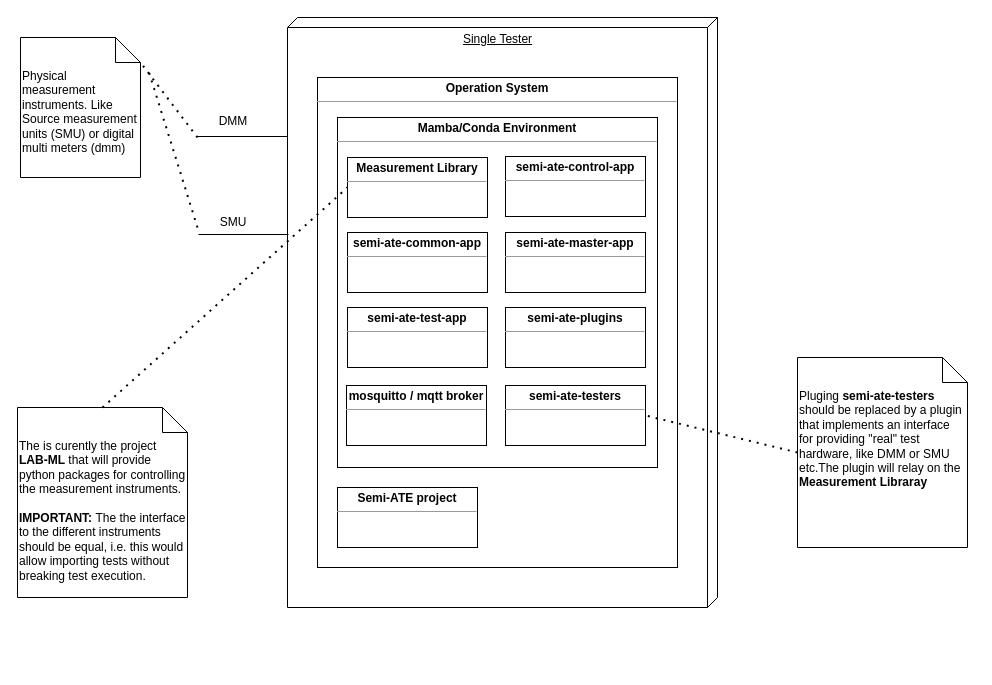
This is docs/pictures/packages/single_tester.dio from Semi-ATE/Semi-ATE, a draw.io file, before an edit. Source tidied: cells renumbered, new cells numbered last; positions are measured from the earlier drawing's top-left corner, leaving out a move shared by most shapes. Both pictures are drawn from the tidied source at 100%, with x=0, y=0 at pixel (17, 17).
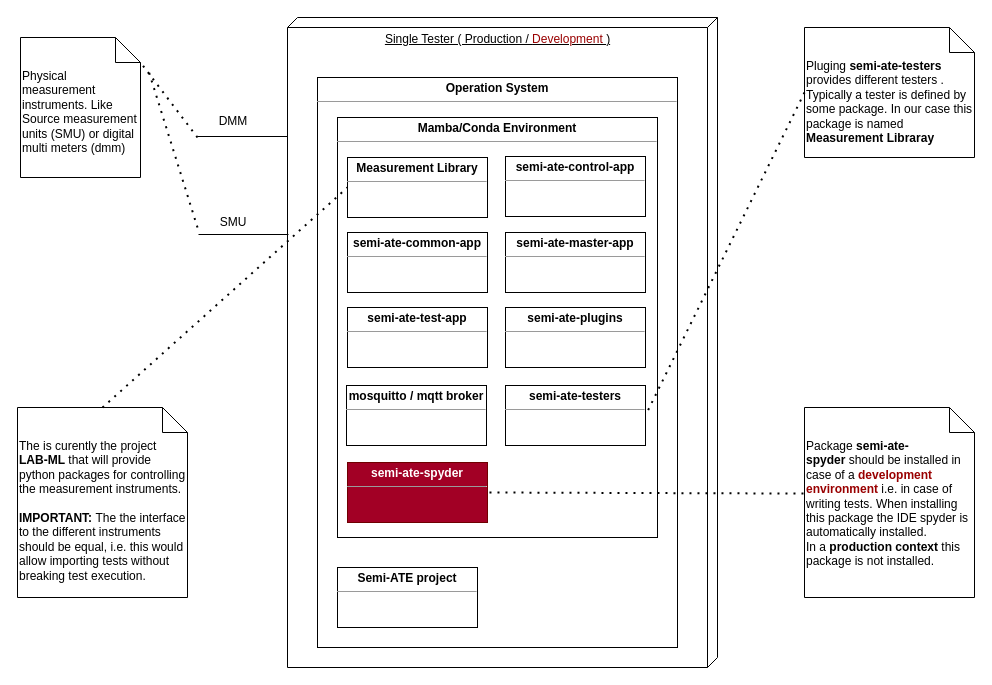
The same page after the edit.

Commit message (it also covers changes not shown here):
[#157] Add tester diagrams

Diff of the diagram source:
```diff
@@
-    <mxCell id="2" value="Single Tester" style="verticalAlign=top;align=center;spacingTop=8;spacingLeft=2;spacingRight=12;shape=cube;size=10;direction=south;fontStyle=4;html=1;" parent="1" vertex="1">
-      <mxGeometry x="270" width="430" height="590" as="geometry" />
+    <mxCell id="2" value="Single Tester ( Production /&amp;nbsp;&lt;font color=&quot;#990000&quot;&gt;Development&amp;nbsp;&lt;/font&gt;)" style="verticalAlign=top;align=center;spacingTop=8;spacingLeft=2;spacingRight=12;shape=cube;size=10;direction=south;fontStyle=4;html=1;" parent="1" vertex="1">
+      <mxGeometry x="270" width="430" height="650" as="geometry" />
     </mxCell>
@@
     <mxCell id="7" value="&lt;p style=&quot;margin: 0px ; margin-top: 4px ; text-align: center&quot;&gt;&lt;b&gt;Operation System&lt;/b&gt;&lt;/p&gt;&lt;hr size=&quot;1&quot;&gt;&lt;div style=&quot;height: 2px&quot;&gt;&lt;/div&gt;" style="verticalAlign=top;align=left;overflow=fill;fontSize=12;fontFamily=Helvetica;html=1;" parent="1" vertex="1">
-      <mxGeometry x="300" y="60" width="360" height="490" as="geometry" />
+      <mxGeometry x="300" y="60" width="360" height="570" as="geometry" />
     </mxCell>
     <mxCell id="8" value="&lt;p style=&quot;margin: 0px ; margin-top: 4px ; text-align: center&quot;&gt;&lt;b&gt;Mamba/Conda Environment&lt;/b&gt;&lt;/p&gt;&lt;hr size=&quot;1&quot;&gt;&lt;div style=&quot;height: 2px&quot;&gt;&lt;/div&gt;" style="verticalAlign=top;align=left;overflow=fill;fontSize=12;fontFamily=Helvetica;html=1;" parent="1" vertex="1">
-      <mxGeometry x="320" y="100" width="320" height="350" as="geometry" />
+      <mxGeometry x="320" y="100" width="320" height="420" as="geometry" />
     </mxCell>
@@
     <mxCell id="17" value="&lt;p style=&quot;margin: 0px ; margin-top: 4px ; text-align: center&quot;&gt;&lt;b&gt;Semi-ATE project&lt;/b&gt;&lt;/p&gt;&lt;hr size=&quot;1&quot;&gt;&lt;div style=&quot;height: 2px&quot;&gt;&lt;/div&gt;" style="verticalAlign=top;align=left;overflow=fill;fontSize=12;fontFamily=Helvetica;html=1;" parent="1" vertex="1">
-      <mxGeometry x="320" y="470" width="140" height="60" as="geometry" />
+      <mxGeometry x="320" y="550" width="140" height="60" as="geometry" />
     </mxCell>
@@
-    <mxCell id="23" value="Pluging &lt;b&gt;semi-ate-testers &lt;/b&gt;should be replaced by a plugin that implements an interface for providing &quot;real&quot; test hardware, like DMM or SMU etc.The plugin will relay on the &lt;b&gt;Measurement Libraray&lt;/b&gt;" style="shape=note2;boundedLbl=1;whiteSpace=wrap;html=1;size=25;verticalAlign=top;align=left;" parent="1" vertex="1">
-      <mxGeometry x="780" y="340" width="170" height="190" as="geometry" />
+    <mxCell id="23" value="Pluging &lt;b&gt;semi-ate-testers &lt;br&gt;&lt;/b&gt;provides different testers . Typically a tester is defined by some package. In our case this package is named &lt;b&gt;Measurement Libraray&lt;/b&gt;" style="shape=note2;boundedLbl=1;whiteSpace=wrap;html=1;size=25;verticalAlign=top;align=left;" parent="1" vertex="1">
+      <mxGeometry x="787" y="10" width="170" height="130" as="geometry" />
     </mxCell>
@@
+    <mxCell id="25" value="&lt;p style=&quot;margin: 0px ; margin-top: 4px ; text-align: center&quot;&gt;&lt;b&gt;semi-ate-spyder&lt;/b&gt;&lt;/p&gt;&lt;hr size=&quot;1&quot;&gt;&lt;div style=&quot;height: 2px&quot;&gt;&lt;/div&gt;" style="verticalAlign=top;align=left;overflow=fill;fontSize=12;fontFamily=Helvetica;html=1;fillColor=#a20025;strokeColor=#6F0000;fontColor=#ffffff;" parent="1" vertex="1">
+      <mxGeometry x="330" y="445" width="140" height="60" as="geometry" />
+    </mxCell>
+    <mxCell id="26" value="Package &lt;b&gt;semi-ate-spyder&lt;/b&gt;&amp;nbsp;should be installed in case of a &lt;b&gt;&lt;font color=&quot;#990000&quot;&gt;development environment&lt;/font&gt;&lt;/b&gt;&amp;nbsp;i.e. in case of writing tests. When installing this package the IDE spyder is automatically installed.&lt;br&gt;In a &lt;b&gt;production context&lt;/b&gt;&amp;nbsp;this package is not installed." style="shape=note2;boundedLbl=1;whiteSpace=wrap;html=1;size=25;verticalAlign=top;align=left;" parent="1" vertex="1">
+      <mxGeometry x="787" y="390" width="170" height="190" as="geometry" />
+    </mxCell>
+    <mxCell id="27" style="endArrow=none;dashed=1;html=1;dashPattern=1 3;strokeWidth=2;entryX=1;entryY=0.5;entryDx=0;entryDy=0;exitX=-0.006;exitY=0.453;exitDx=0;exitDy=0;exitPerimeter=0;" parent="1" edge="1" source="26" target="25">
+      <mxGeometry relative="1" as="geometry" />
+    </mxCell>
```
